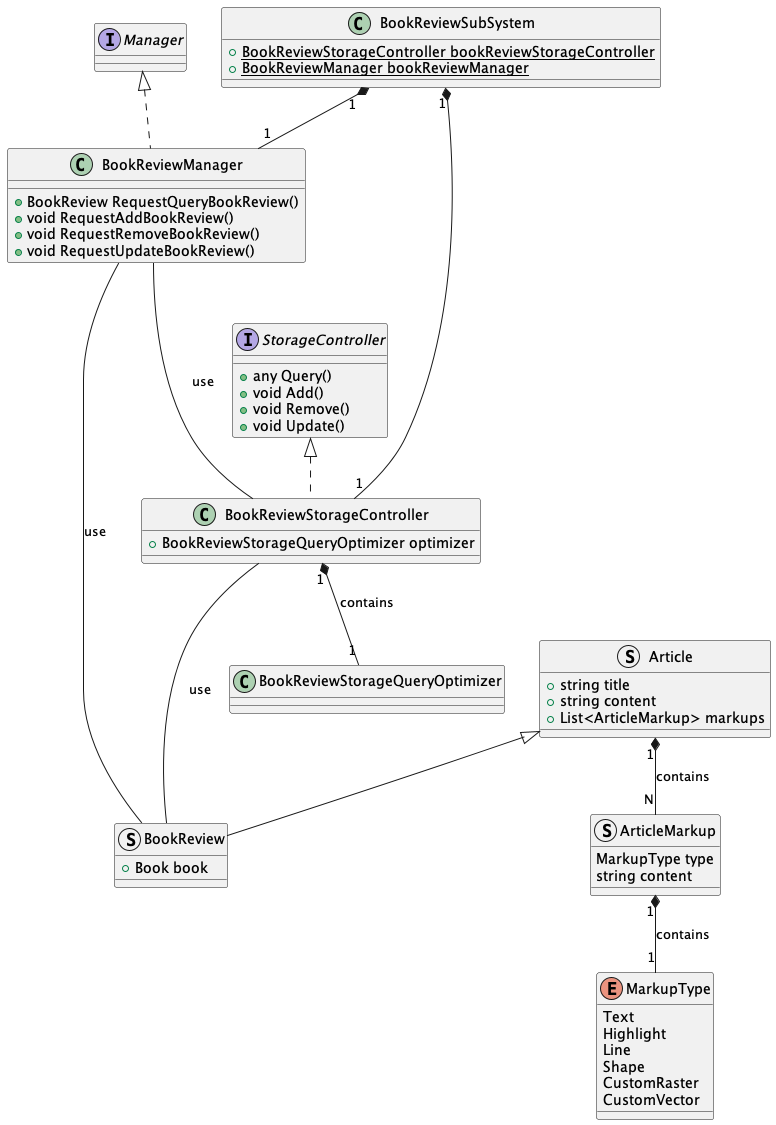
Above: rendered/BookReview.png in ShapeLayer/se-lecture-task__project-structure-definitions (PlantUML), before the change.
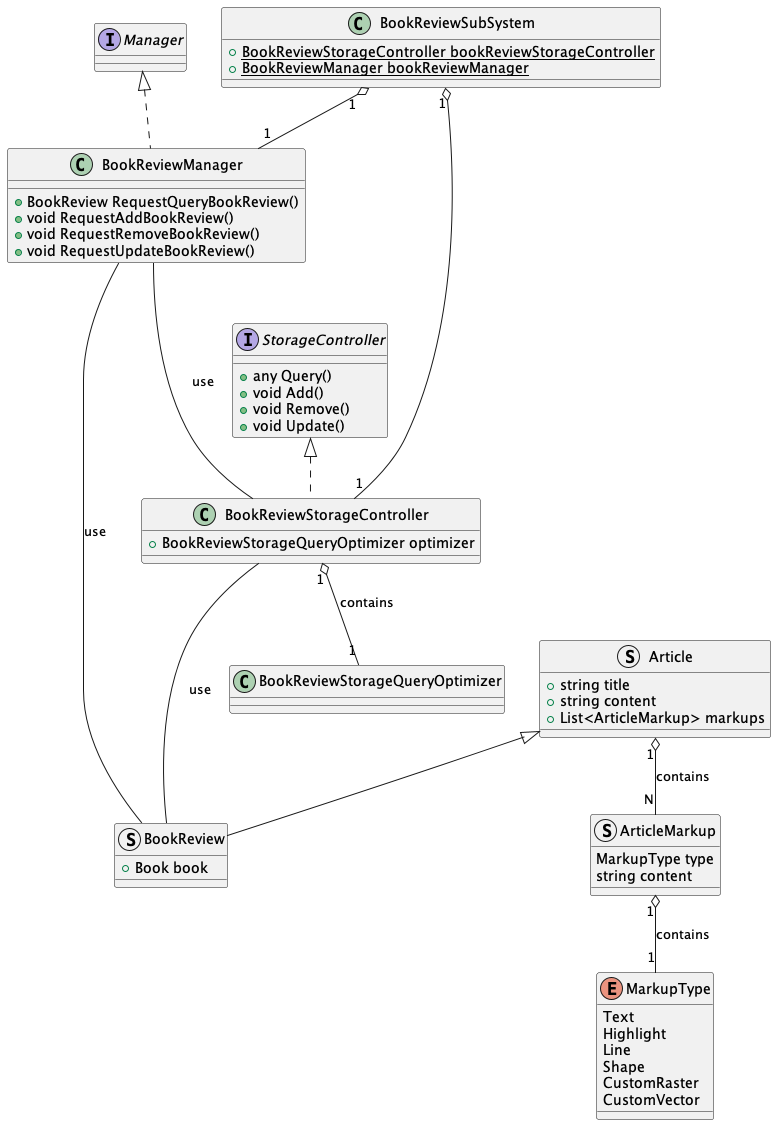
The same diagram one commit later.

Change to the diagram source:
```diff
@@ -21,7 +21,7 @@
     string content
 }
 
-ArticleMarkup "1" *-- "1" MarkupType : contains
+ArticleMarkup "1" o-- "1" MarkupType : contains
 
 struct Article {
     + string title
@@ -29,7 +29,7 @@
     + List<ArticleMarkup> markups
 }
 
-Article "1" *-- "N" ArticleMarkup : contains
+Article "1" o-- "N" ArticleMarkup : contains
 
 struct BookReview extends Article {
     + Book book
@@ -49,7 +49,7 @@
 class BookReviewStorageController implements StorageController {
     + BookReviewStorageQueryOptimizer optimizer
 }
-BookReviewStorageController "1" *-- "1" BookReviewStorageQueryOptimizer : contains
+BookReviewStorageController "1" o-- "1" BookReviewStorageQueryOptimizer : contains
 
 BookReviewStorageController --- BookReview : use
 
@@ -58,6 +58,6 @@
     + {static} BookReviewStorageController bookReviewStorageController
     + {static} BookReviewManager bookReviewManager
 }
-BookReviewSubSystem "1" *-- "1" BookReviewStorageController
-BookReviewSubSystem "1" *-- "1" BookReviewManager
+BookReviewSubSystem "1" o-- "1" BookReviewStorageController
+BookReviewSubSystem "1" o-- "1" BookReviewManager
 @enduml
```
